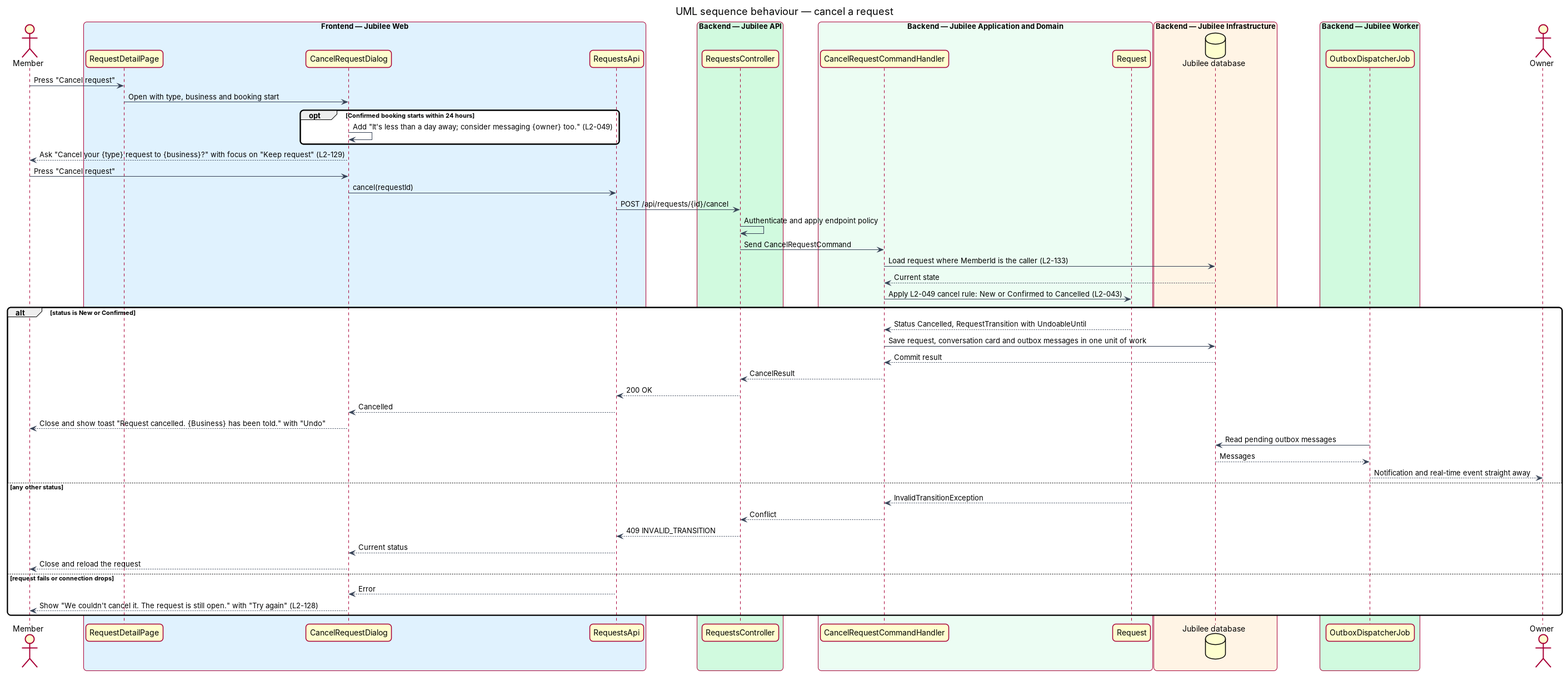
QuinntyneBrown/jubilee keeps this PlantUML diagram as docs/detailed-designs/requests/cancel-request/diagrams/sequence-cancel-request.png. Above is the earlier version. Its source is kept beside it as docs/detailed-designs/requests/cancel-request/diagrams/sequence-cancel-request.puml.
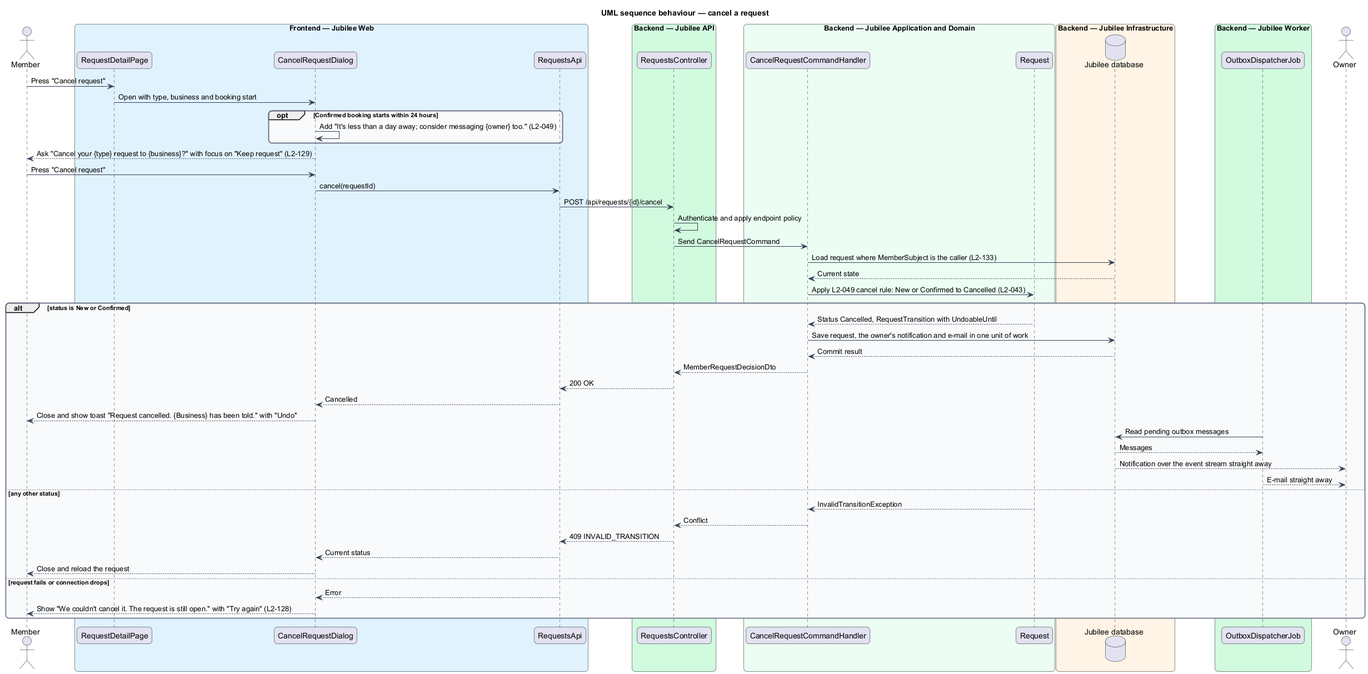
Above is the later version.

What changed in the source:
```diff
@@ -45,20 +45,21 @@
 client -> controller : POST /api/requests/{id}/cancel
 controller -> controller : Authenticate and apply endpoint policy
 controller -> handler : Send CancelRequestCommand
-handler -> db : Load request where MemberId is the caller (L2-133)
+handler -> db : Load request where MemberSubject is the caller (L2-133)
 db --> handler : Current state
 handler -> entity : Apply L2-049 cancel rule: New or Confirmed to Cancelled (L2-043)
 alt status is New or Confirmed
   entity --> handler : Status Cancelled, RequestTransition with UndoableUntil
-  handler -> db : Save request, conversation card and outbox messages in one unit of work
+  handler -> db : Save request, the owner's notification and e-mail in one unit of work
   db --> handler : Commit result
-  handler --> controller : CancelResult
+  handler --> controller : MemberRequestDecisionDto
   controller --> client : 200 OK
   client --> dialog : Cancelled
   dialog --> actor : Close and show toast "Request cancelled. {Business} has been told." with "Undo"
   outbox -> db : Read pending outbox messages
   db --> outbox : Messages
-  outbox --> owner : Notification and real-time event straight away
+  db --> owner : Notification over the event stream straight away
+  outbox --> owner : E-mail straight away
 else any other status
   entity --> handler : InvalidTransitionException
   handler --> controller : Conflict
```
